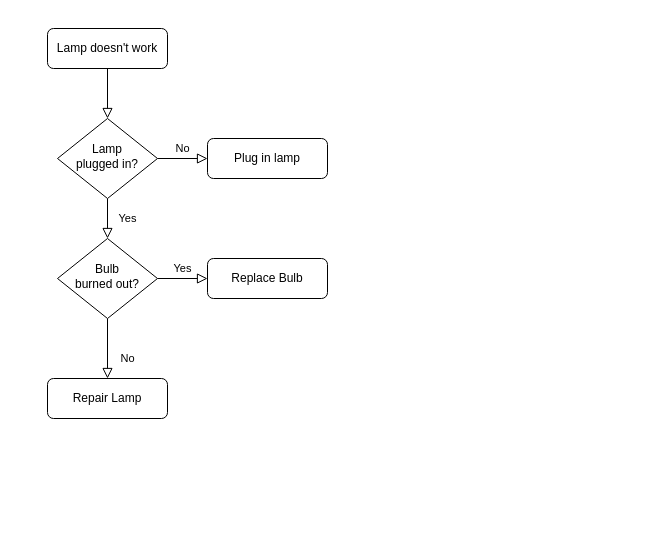
Earlier version of the draw.io diagram testfiles/capstone.drawio (Yanjia1018/FinTech545_Spring2024). Source tidied: cells renumbered, new cells numbered last; positions are measured from the earlier drawing's top-left corner, leaving out a move shared by most shapes. Both pictures are drawn from the tidied source at 100%, with x=0, y=0 at pixel (47, 28).
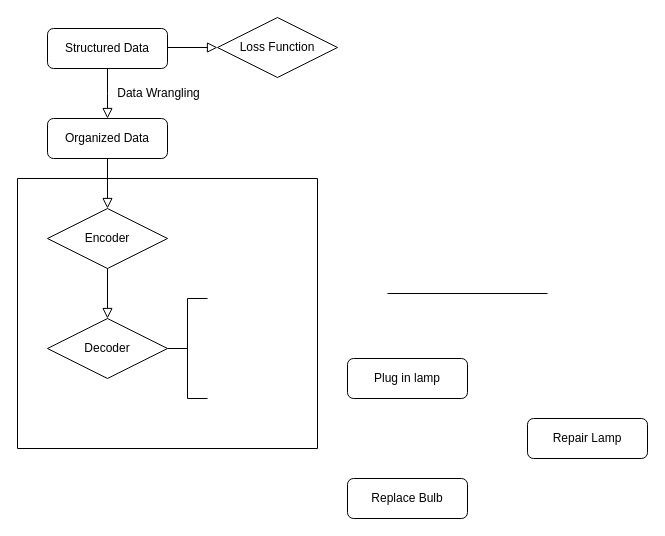
Above is the later version.

Diff of the diagram source:
```diff
@@
-    <mxCell id="2" style="rounded=0;html=1;jettySize=auto;fontSize=11;endArrow=block;endFill=0;endSize=8;strokeWidth=1;shadow=0;labelBackgroundColor=none;edgeStyle=orthogonalEdgeStyle;" parent="1" edge="1" source="3" target="6">
-      <mxGeometry relative="1" as="geometry" />
+    <mxCell id="2" style="rounded=0;html=1;jettySize=auto;fontSize=11;endArrow=block;endFill=0;endSize=8;strokeWidth=1;shadow=0;labelBackgroundColor=none;edgeStyle=orthogonalEdgeStyle;" parent="1" edge="1" source="3">
+      <mxGeometry relative="1" as="geometry">
+        <mxPoint x="60" y="90" as="targetPoint" />
+      </mxGeometry>
     </mxCell>
-    <mxCell id="3" value="Lamp doesn't work" style="rounded=1;whiteSpace=wrap;html=1;fontSize=12;glass=0;strokeWidth=1;shadow=0;" parent="1" vertex="1">
+    <mxCell id="3" value="Structured Data" style="rounded=1;whiteSpace=wrap;html=1;fontSize=12;glass=0;strokeWidth=1;shadow=0;" parent="1" vertex="1">
       <mxGeometry width="120" height="40" as="geometry" />
     </mxCell>
-    <mxCell id="4" value="Yes" style="rounded=0;html=1;jettySize=auto;fontSize=11;endArrow=block;endFill=0;endSize=8;strokeWidth=1;shadow=0;labelBackgroundColor=none;edgeStyle=orthogonalEdgeStyle;" parent="1" edge="1" source="6" target="10">
-      <mxGeometry y="20" relative="1" as="geometry" />
-    </mxCell>
-    <mxCell id="5" value="No" style="edgeStyle=orthogonalEdgeStyle;rounded=0;html=1;jettySize=auto;fontSize=11;endArrow=block;endFill=0;endSize=8;strokeWidth=1;shadow=0;labelBackgroundColor=none;" parent="1" edge="1" source="6" target="7">
-      <mxGeometry y="10" relative="1" as="geometry" />
+    <mxCell id="5" style="edgeStyle=orthogonalEdgeStyle;rounded=0;html=1;jettySize=auto;orthogonalLoop=1;fontSize=11;endArrow=block;endFill=0;endSize=8;strokeWidth=1;shadow=0;labelBackgroundColor=none;" parent="1" edge="1">
+      <mxGeometry y="10" relative="1" as="geometry">
+        <mxPoint x="120" y="19" as="sourcePoint" />
+        <mxPoint x="170" y="19" as="targetPoint" />
+      </mxGeometry>
     </mxCell>
-    <mxCell id="6" value="Lamp&lt;br&gt;plugged in?" style="rhombus;whiteSpace=wrap;html=1;shadow=0;fontFamily=Helvetica;fontSize=12;align=center;strokeWidth=1;spacing=6;spacingTop=-4;" parent="1" vertex="1">
-      <mxGeometry x="10" y="90" width="100" height="80" as="geometry" />
-    </mxCell>
     <mxCell id="7" value="Plug in lamp" style="rounded=1;whiteSpace=wrap;html=1;fontSize=12;glass=0;strokeWidth=1;shadow=0;" parent="1" vertex="1">
-      <mxGeometry x="160" y="110" width="120" height="40" as="geometry" />
+      <mxGeometry x="300" y="330" width="120" height="40" as="geometry" />
     </mxCell>
-    <mxCell id="8" value="No" style="rounded=0;html=1;jettySize=auto;fontSize=11;endArrow=block;endFill=0;endSize=8;strokeWidth=1;shadow=0;labelBackgroundColor=none;edgeStyle=orthogonalEdgeStyle;" parent="1" edge="1" source="10" target="11">
-      <mxGeometry x="0.33" y="20" relative="1" as="geometry" />
-    </mxCell>
-    <mxCell id="9" value="Yes" style="edgeStyle=orthogonalEdgeStyle;rounded=0;html=1;jettySize=auto;fontSize=11;endArrow=block;endFill=0;endSize=8;strokeWidth=1;shadow=0;labelBackgroundColor=none;" parent="1" edge="1" source="10" target="12">
-      <mxGeometry y="10" relative="1" as="geometry" />
-    </mxCell>
-    <mxCell id="10" value="Bulb&lt;br&gt;burned out?" style="rhombus;whiteSpace=wrap;html=1;shadow=0;fontFamily=Helvetica;fontSize=12;align=center;strokeWidth=1;spacing=6;spacingTop=-4;" parent="1" vertex="1">
-      <mxGeometry x="10" y="210" width="100" height="80" as="geometry" />
-    </mxCell>
     <mxCell id="11" value="Repair Lamp" style="rounded=1;whiteSpace=wrap;html=1;fontSize=12;glass=0;strokeWidth=1;shadow=0;" parent="1" vertex="1">
-      <mxGeometry y="350" width="120" height="40" as="geometry" />
+      <mxGeometry x="480" y="390" width="120" height="40" as="geometry" />
     </mxCell>
     <mxCell id="12" value="Replace Bulb" style="rounded=1;whiteSpace=wrap;html=1;fontSize=12;glass=0;strokeWidth=1;shadow=0;" parent="1" vertex="1">
-      <mxGeometry x="160" y="230" width="120" height="40" as="geometry" />
+      <mxGeometry x="300" y="450" width="120" height="40" as="geometry" />
     </mxCell>
+    <mxCell id="13" value="Organized Data" style="rounded=1;whiteSpace=wrap;html=1;" parent="1" vertex="1">
+      <mxGeometry y="90" width="120" height="40" as="geometry" />
+    </mxCell>
+    <mxCell id="14" style="rounded=0;html=1;jettySize=auto;orthogonalLoop=1;fontSize=11;endArrow=block;endFill=0;endSize=8;strokeWidth=1;shadow=0;labelBackgroundColor=none;edgeStyle=orthogonalEdgeStyle;" parent="1" edge="1">
+      <mxGeometry relative="1" as="geometry">
+        <mxPoint x="60" y="130" as="sourcePoint" />
+        <mxPoint x="60" y="180" as="targetPoint" />
+      </mxGeometry>
+    </mxCell>
+    <mxCell id="15" value="Encoder" style="rhombus;whiteSpace=wrap;html=1;" parent="1" vertex="1">
+      <mxGeometry y="180" width="120" height="60" as="geometry" />
+    </mxCell>
+    <mxCell id="16" value="Decoder" style="rhombus;whiteSpace=wrap;html=1;" parent="1" vertex="1">
+      <mxGeometry y="290" width="120" height="60" as="geometry" />
+    </mxCell>
+    <mxCell id="17" style="rounded=0;html=1;jettySize=auto;orthogonalLoop=1;fontSize=11;endArrow=block;endFill=0;endSize=8;strokeWidth=1;shadow=0;labelBackgroundColor=none;edgeStyle=orthogonalEdgeStyle;" parent="1" edge="1">
+      <mxGeometry relative="1" as="geometry">
+        <mxPoint x="60" y="240" as="sourcePoint" />
+        <mxPoint x="60" y="290" as="targetPoint" />
+      </mxGeometry>
+    </mxCell>
+    <mxCell id="18" value="Data Wrangling" style="text;html=1;align=center;verticalAlign=middle;strokeColor=none;fillColor=none;" parent="1" vertex="1">
+      <mxGeometry x="56" y="50" width="110" height="30" as="geometry" />
+    </mxCell>
+    <mxCell id="19" value="Loss Function" style="rhombus;whiteSpace=wrap;html=1;" parent="1" vertex="1">
+      <mxGeometry x="170" y="-11" width="120" height="60" as="geometry" />
+    </mxCell>
+    <mxCell id="20" style="swimlane;startSize=0;" parent="1" vertex="1">
+      <mxGeometry x="-30" y="150" width="300" height="270" as="geometry" />
+    </mxCell>
+    <mxCell id="21" style="strokeWidth=1;html=1;shape=mxgraph.flowchart.annotation_2;align=left;labelPosition=right;" parent="20" vertex="1">
+      <mxGeometry x="150" y="120" width="40" height="100" as="geometry" />
+    </mxCell>
+    <mxCell id="22" style="line;strokeWidth=1;html=1;" parent="1" vertex="1">
+      <mxGeometry x="340" y="260" width="160" height="10" as="geometry" />
+    </mxCell>
```
